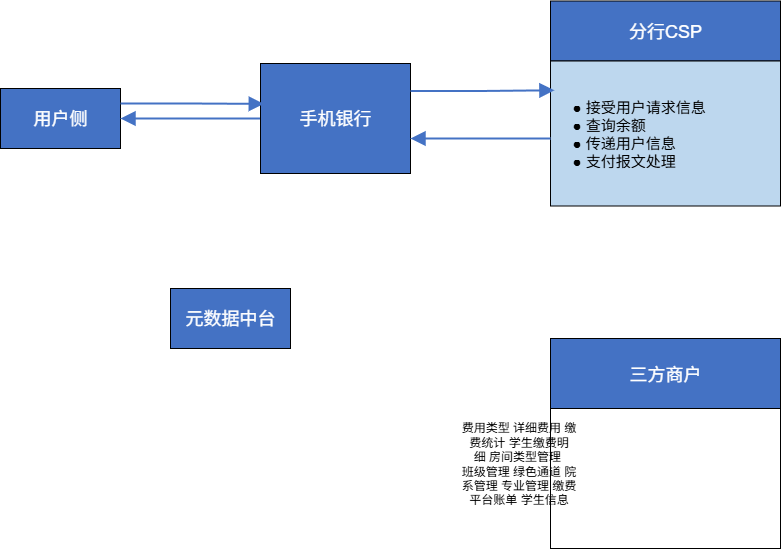
The draw.io diagram 缴费平台.drawio.png in bzerozero7/test, before a commit. Source tidied: cells renumbered, new cells last; positions are measured from the earlier drawing's top-left corner, leaving out a move shared by most shapes.
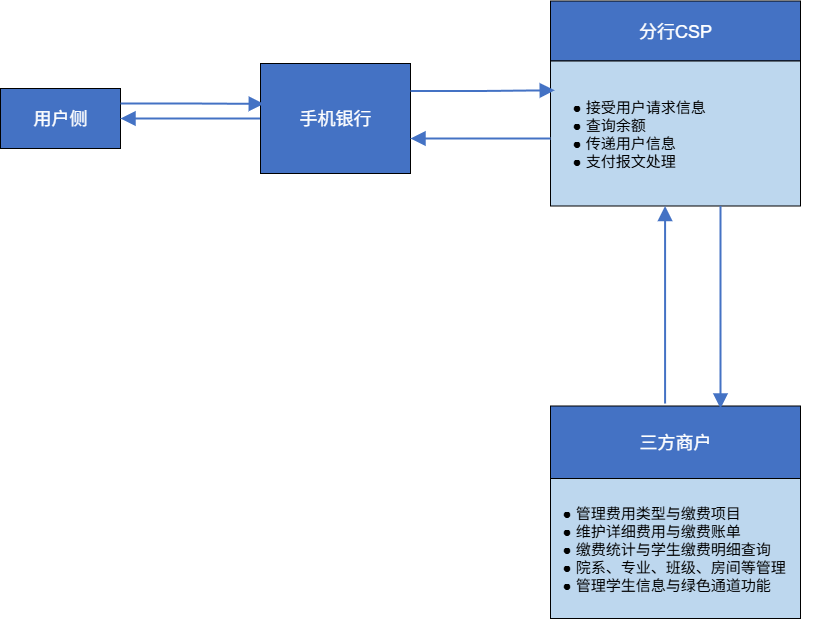
The same file after the commit.

Commit message:
更新缴费平台.drawio.png

What changed in the source:
```diff
@@ -5,11 +5,8 @@
     <mxCell id="2" value="&lt;font style=&quot;font-size: 18px; color: rgb(255, 255, 255);&quot;&gt;用户侧&lt;/font&gt;" style="rounded=0;whiteSpace=wrap;html=1;fillColor=#4472C4;" parent="1" vertex="1">
       <mxGeometry y="88" width="120" height="60" as="geometry" />
     </mxCell>
-    <mxCell id="3" value="&lt;font color=&quot;#ffffff&quot;&gt;&lt;span style=&quot;font-size: 18px;&quot;&gt;元数据中台&lt;/span&gt;&lt;/font&gt;" style="rounded=0;whiteSpace=wrap;html=1;fillColor=#4472C4;" parent="1" vertex="1">
-      <mxGeometry x="170" y="288" width="120" height="60" as="geometry" />
-    </mxCell>
     <mxCell id="4" value="&lt;font color=&quot;#ffffff&quot;&gt;&lt;span style=&quot;font-size: 18px;&quot;&gt;三方商户&lt;/span&gt;&lt;/font&gt;" style="rounded=0;whiteSpace=wrap;html=1;fillColor=#4472C4;" parent="1" vertex="1">
-      <mxGeometry x="550" y="338" width="230" height="72.5" as="geometry" />
+      <mxGeometry x="550" y="405.5" width="250" height="72.5" as="geometry" />
     </mxCell>
     <mxCell id="5" style="edgeStyle=orthogonalEdgeStyle;rounded=0;jettySize=auto;html=1;exitX=0;exitY=0.5;exitDx=0;exitDy=0;endArrow=block;endFill=1;strokeColor=#4472C4;startSize=10;endSize=10;startArrow=none;startFill=0;strokeWidth=2;entryX=1;entryY=0.5;entryDx=0;entryDy=0;" parent="1" edge="1" source="6" target="2">
       <mxGeometry relative="1" as="geometry" />
@@ -17,20 +14,20 @@
     <mxCell id="6" value="&lt;font color=&quot;#ffffff&quot;&gt;&lt;span style=&quot;font-size: 18px;&quot;&gt;手机银行&lt;/span&gt;&lt;/font&gt;" style="rounded=0;whiteSpace=wrap;html=1;fillColor=#4472C4;" parent="1" vertex="1">
       <mxGeometry x="260" y="63" width="150" height="110" as="geometry" />
     </mxCell>
-    <mxCell id="7" style="rounded=0;whiteSpace=wrap;html=1;" parent="1" vertex="1">
-      <mxGeometry x="550" y="408" width="230" height="140" as="geometry" />
+    <mxCell id="7" style="rounded=0;whiteSpace=wrap;html=1;fillColor=#BDD7EE;" parent="1" vertex="1">
+      <mxGeometry x="550" y="478" width="250" height="140" as="geometry" />
     </mxCell>
-    <mxCell id="8" value="&lt;div&gt;&lt;span style=&quot;background-color: transparent; color: light-dark(rgb(0, 0, 0), rgb(255, 255, 255));&quot;&gt;费用类型&amp;nbsp;&lt;/span&gt;&lt;span style=&quot;background-color: transparent; color: light-dark(rgb(0, 0, 0), rgb(255, 255, 255));&quot;&gt;详细费用&amp;nbsp;&lt;/span&gt;&lt;span style=&quot;background-color: transparent; color: light-dark(rgb(0, 0, 0), rgb(255, 255, 255));&quot;&gt;缴费统计&amp;nbsp;&lt;/span&gt;&lt;span style=&quot;background-color: transparent; color: light-dark(rgb(0, 0, 0), rgb(255, 255, 255));&quot;&gt;学生缴费明细&amp;nbsp;&lt;/span&gt;&lt;span style=&quot;background-color: transparent; color: light-dark(rgb(0, 0, 0), rgb(255, 255, 255));&quot;&gt;房间类型管理&amp;nbsp;&lt;/span&gt;&lt;/div&gt;&lt;div&gt;&lt;span style=&quot;background-color: transparent; color: light-dark(rgb(0, 0, 0), rgb(255, 255, 255));&quot;&gt;班级管理&amp;nbsp;&lt;/span&gt;&lt;span style=&quot;background-color: transparent; color: light-dark(rgb(0, 0, 0), rgb(255, 255, 255));&quot;&gt;绿色通道&amp;nbsp;&lt;/span&gt;&lt;span style=&quot;background-color: transparent; color: light-dark(rgb(0, 0, 0), rgb(255, 255, 255));&quot;&gt;院系管理&amp;nbsp;&lt;/span&gt;&lt;span style=&quot;background-color: transparent; color: light-dark(rgb(0, 0, 0), rgb(255, 255, 255));&quot;&gt;专业管理&amp;nbsp;&lt;/span&gt;&lt;span style=&quot;background-color: transparent; color: light-dark(rgb(0, 0, 0), rgb(255, 255, 255));&quot;&gt;缴费平台账单&amp;nbsp;&lt;/span&gt;&lt;span style=&quot;background-color: transparent; color: light-dark(rgb(0, 0, 0), rgb(255, 255, 255));&quot;&gt;学生信息&lt;/span&gt;&lt;/div&gt;" style="text;html=1;align=center;verticalAlign=middle;whiteSpace=wrap;rounded=0;" parent="1" vertex="1">
-      <mxGeometry x="457" y="388" width="123" height="150" as="geometry" />
+    <mxCell id="8" value="&lt;div&gt;&lt;font style=&quot;font-size: 15px;&quot;&gt;● 管理费用类型与缴费项目&amp;nbsp;&amp;nbsp;&lt;/font&gt;&lt;/div&gt;&lt;div&gt;&lt;font style=&quot;font-size: 15px;&quot;&gt;● 维护详细费用与缴费账单&amp;nbsp;&amp;nbsp;&lt;/font&gt;&lt;/div&gt;&lt;div&gt;&lt;font style=&quot;font-size: 15px;&quot;&gt;● 缴费统计与学生缴费明细查询&amp;nbsp;&amp;nbsp;&lt;/font&gt;&lt;/div&gt;&lt;div&gt;&lt;font style=&quot;font-size: 15px;&quot;&gt;● 院系、专业、班级、房间等管理&amp;nbsp;&amp;nbsp;&lt;/font&gt;&lt;/div&gt;&lt;div&gt;&lt;font style=&quot;font-size: 15px;&quot;&gt;● 管理学生信息与绿色通道功能&lt;/font&gt;&lt;/div&gt;" style="text;html=1;align=left;verticalAlign=middle;whiteSpace=wrap;rounded=0;" parent="1" vertex="1">
+      <mxGeometry x="560" y="473" width="260" height="150" as="geometry" />
     </mxCell>
     <mxCell id="9" style="edgeStyle=orthogonalEdgeStyle;rounded=0;jettySize=auto;html=1;exitX=1;exitY=0.25;exitDx=0;exitDy=0;endArrow=block;endFill=1;strokeColor=#4472C4;startSize=10;endSize=10;startArrow=none;startFill=0;strokeWidth=2;entryX=0.022;entryY=0.367;entryDx=0;entryDy=0;entryPerimeter=0;" parent="1" edge="1" source="2" target="6">
       <mxGeometry relative="1" as="geometry" />
     </mxCell>
     <mxCell id="10" value="&lt;font color=&quot;#ffffff&quot;&gt;&lt;span style=&quot;font-size: 18px;&quot;&gt;分行CSP&lt;/span&gt;&lt;/font&gt;" style="rounded=0;whiteSpace=wrap;html=1;fillColor=#4472C4;" parent="1" vertex="1">
-      <mxGeometry x="550" y="0.5" width="230" height="60" as="geometry" />
+      <mxGeometry x="550" y="0.5" width="250" height="60" as="geometry" />
     </mxCell>
     <mxCell id="11" style="rounded=0;whiteSpace=wrap;html=1;fillColor=#BDD7EE;" parent="1" vertex="1">
-      <mxGeometry x="550" y="60.5" width="230" height="145" as="geometry" />
+      <mxGeometry x="550" y="60.5" width="250" height="145" as="geometry" />
     </mxCell>
     <mxCell id="12" value="&lt;font style=&quot;font-size: 15px;&quot;&gt;   ● 接受用户请求信息&lt;/font&gt;&lt;div&gt;&lt;font style=&quot;font-size: 15px;&quot;&gt;   ● 查询余额&lt;br&gt;   ● 传递用户信息&lt;br&gt;   ● 支付报文处理&lt;/font&gt;&lt;/div&gt;" style="text;html=1;align=left;verticalAlign=middle;whiteSpace=wrap;rounded=0;" parent="1" vertex="1">
       <mxGeometry x="570" y="83" width="190" height="100" as="geometry" />
@@ -44,5 +41,17 @@
         <mxPoint x="410" y="138" as="targetPoint" />
       </mxGeometry>
     </mxCell>
+    <mxCell id="15" style="edgeStyle=orthogonalEdgeStyle;rounded=0;orthogonalLoop=1;jettySize=auto;html=1;endArrow=block;endFill=1;strokeColor=#4472C4;startSize=10;endSize=10;startArrow=none;startFill=0;strokeWidth=2;" parent="1" edge="1">
+      <mxGeometry relative="1" as="geometry">
+        <mxPoint x="720" y="205.5" as="sourcePoint" />
+        <mxPoint x="720" y="408" as="targetPoint" />
+      </mxGeometry>
+    </mxCell>
+    <mxCell id="16" style="edgeStyle=orthogonalEdgeStyle;rounded=0;orthogonalLoop=1;jettySize=auto;html=1;endArrow=block;endFill=1;strokeColor=#4472C4;startSize=10;endSize=10;startArrow=none;startFill=0;strokeWidth=2;" parent="1" edge="1">
+      <mxGeometry relative="1" as="geometry">
+        <mxPoint x="664.6" y="403" as="sourcePoint" />
+        <mxPoint x="664.6" y="205.5" as="targetPoint" />
+      </mxGeometry>
+    </mxCell>
   </root>
 </mxGraphModel>
```
